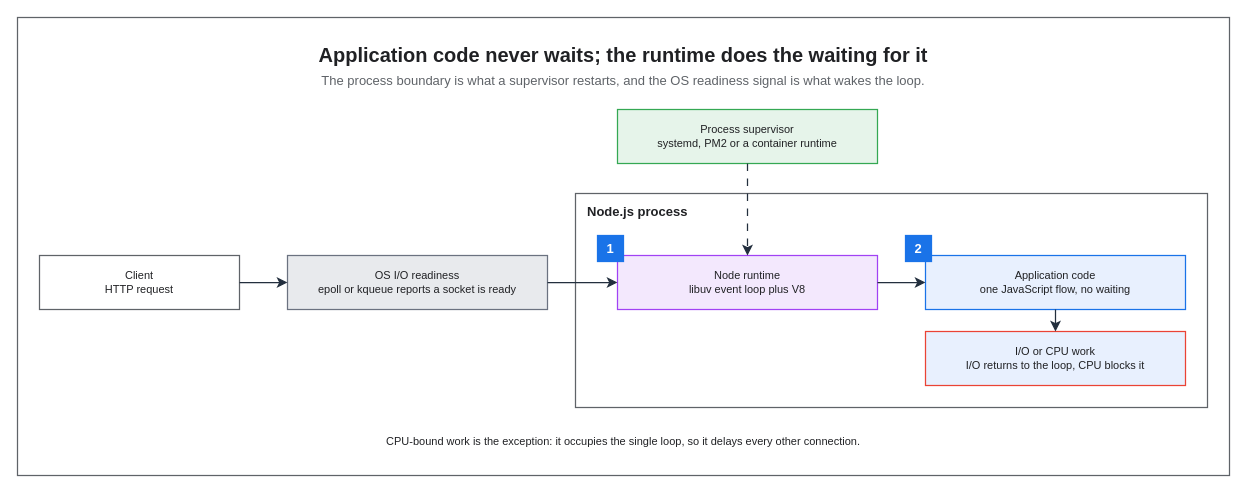
Before: assets/img/nodejs/nodejs-server-runtime-overview.drawio in KKamJi98/kkamji98.github.io, a draw.io diagram. Source tidied: cells renumbered, new cells numbered last; positions are measured from the earlier drawing's top-left corner, leaving out a move shared by most shapes. Both pictures are drawn from the tidied source at 100%, with x=0, y=0 at pixel (17, 17).
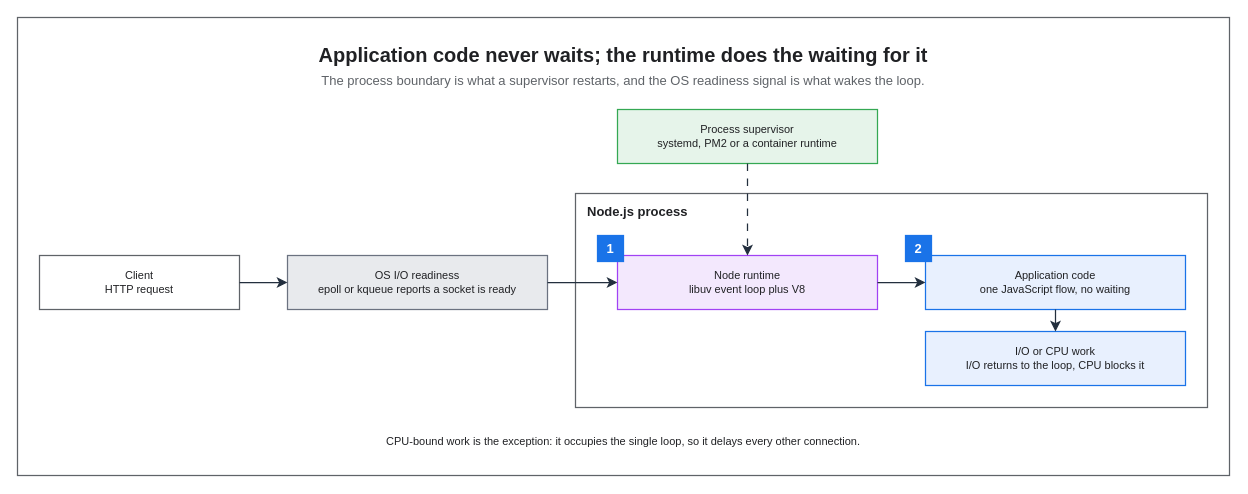
The same diagram, later.

Diff of the diagram source:
```diff
@@
 <mxGraphModel background="#FFFFFF">
   <root>
     <mxCell id="0" />
     <mxCell id="1" parent="0" />
     <mxCell id="2" style="rounded=0;html=0;fillColor=none;strokeColor=#5F6368;fontColor=#202124;strokeWidth=1.25;" parent="1" vertex="1">
       <mxGeometry width="1212" height="458" as="geometry" />
     </mxCell>
     <mxCell id="3" value="Application code never waits; the runtime does the waiting for it" style="text;html=0;whiteSpace=wrap;fillColor=none;strokeColor=none;fontColor=#202124;fontSize=20;fontStyle=1;align=center;verticalAlign=middle;" parent="1" vertex="1">
       <mxGeometry x="22" y="22" width="1168" height="30" as="geometry" />
     </mxCell>
     <mxCell id="4" value="The process boundary is what a supervisor restarts, and the OS readiness signal is what wakes the loop." style="text;html=0;whiteSpace=wrap;fillColor=none;strokeColor=none;fontColor=#5F6368;fontSize=13;fontStyle=0;align=center;verticalAlign=middle;" parent="1" vertex="1">
       <mxGeometry x="22" y="52" width="1168" height="22" as="geometry" />
     </mxCell>
     <mxCell id="5" value="Node.js process" style="rounded=0;whiteSpace=wrap;html=0;fillColor=none;strokeColor=#5F6368;fontColor=#202124;fontSize=13;fontStyle=1;align=left;verticalAlign=top;spacingLeft=10;spacingTop=4;strokeWidth=1.25;dashed=0;" parent="1" vertex="1">
       <mxGeometry x="558" y="176" width="632" height="214" as="geometry" />
     </mxCell>
     <mxCell id="6" value="Client&#10;HTTP request" style="rounded=0;whiteSpace=wrap;html=0;fillColor=#FFFFFF;strokeColor=#5F6368;fontColor=#202124;fontSize=11;fontStyle=0;align=center;verticalAlign=middle;spacingLeft=6;spacingRight=6;strokeWidth=1.25;" parent="1" vertex="1">
       <mxGeometry x="22" y="238" width="200" height="54" as="geometry" />
     </mxCell>
     <mxCell id="7" value="OS I/O readiness&#10;epoll or kqueue reports a socket is ready" style="rounded=0;whiteSpace=wrap;html=0;fillColor=#E8EAED;strokeColor=#6B7280;fontColor=#202124;fontSize=11;fontStyle=0;align=center;verticalAlign=middle;spacingLeft=6;spacingRight=6;strokeWidth=1.25;" parent="1" vertex="1">
       <mxGeometry x="270" y="238" width="260" height="54" as="geometry" />
     </mxCell>
     <mxCell id="8" value="Node runtime&#10;libuv event loop plus V8" style="rounded=0;whiteSpace=wrap;html=0;fillColor=#F3E8FD;strokeColor=#A142F4;fontColor=#202124;fontSize=11;fontStyle=0;align=center;verticalAlign=middle;spacingLeft=6;spacingRight=6;strokeWidth=1.25;" parent="1" vertex="1">
       <mxGeometry x="600" y="238" width="260" height="54" as="geometry" />
     </mxCell>
     <mxCell id="9" value="Application code&#10;one JavaScript flow, no waiting" style="rounded=0;whiteSpace=wrap;html=0;fillColor=#E8F0FE;strokeColor=#1A73E8;fontColor=#202124;fontSize=11;fontStyle=0;align=center;verticalAlign=middle;spacingLeft=6;spacingRight=6;strokeWidth=1.25;" parent="1" vertex="1">
       <mxGeometry x="908" y="238" width="260" height="54" as="geometry" />
     </mxCell>
-    <mxCell id="10" value="I/O or CPU work&#10;I/O returns to the loop, CPU blocks it" style="rounded=0;whiteSpace=wrap;html=0;fillColor=#E8F0FE;strokeColor=#EA4335;fontColor=#202124;fontSize=11;fontStyle=0;align=center;verticalAlign=middle;spacingLeft=6;spacingRight=6;strokeWidth=1.25;" parent="1" vertex="1">
+    <mxCell id="10" value="I/O or CPU work&#10;I/O returns to the loop, CPU blocks it" style="rounded=0;whiteSpace=wrap;html=0;fillColor=#E8F0FE;strokeColor=#1A73E8;fontColor=#202124;fontSize=11;fontStyle=0;align=center;verticalAlign=middle;spacingLeft=6;spacingRight=6;strokeWidth=1.25;" parent="1" vertex="1">
       <mxGeometry x="908" y="314" width="260" height="54" as="geometry" />
     </mxCell>
     <mxCell id="11" value="Process supervisor&#10;systemd, PM2 or a container runtime" style="rounded=0;whiteSpace=wrap;html=0;fillColor=#E6F4EA;strokeColor=#34A853;fontColor=#202124;fontSize=11;fontStyle=0;align=center;verticalAlign=middle;spacingLeft=6;spacingRight=6;strokeWidth=1.25;" parent="1" vertex="1">
       <mxGeometry x="600" y="92" width="260" height="54" as="geometry" />
     </mxCell>
     <mxCell id="12" value="CPU-bound work is the exception: it occupies the single loop, so it delays every other connection." style="text;html=0;whiteSpace=wrap;fillColor=none;strokeColor=none;fontColor=#202124;fontSize=11;fontStyle=0;align=center;verticalAlign=middle;" parent="1" vertex="1">
       <mxGeometry x="22" y="412" width="1168" height="24" as="geometry" />
     </mxCell>
     <mxCell id="13" value="1" style="rounded=0;whiteSpace=wrap;html=0;fillColor=#1A73E8;strokeColor=#1A73E8;fontColor=#FFFFFF;fontSize=13;fontStyle=1;align=center;verticalAlign=middle;strokeWidth=1.25;" parent="1" vertex="1">
       <mxGeometry x="580" y="218" width="26" height="26" as="geometry" />
     </mxCell>
     <mxCell id="14" value="2" style="rounded=0;whiteSpace=wrap;html=0;fillColor=#1A73E8;strokeColor=#1A73E8;fontColor=#FFFFFF;fontSize=13;fontStyle=1;align=center;verticalAlign=middle;strokeWidth=1.25;" parent="1" vertex="1">
       <mxGeometry x="888" y="218" width="26" height="26" as="geometry" />
     </mxCell>
     <mxCell id="15" style="edgeStyle=orthogonalEdgeStyle;rounded=0;html=0;strokeColor=#232F3E;strokeWidth=1.25;endArrow=classic;endFill=1;endSize=7;fontSize=11;fontColor=#202124;labelBackgroundColor=none;jettySize=14;exitX=1;exitY=0.5;entryX=0;entryY=0.5;exitDx=0;exitDy=0;entryDx=0;entryDy=0;" parent="1" edge="1" source="6" target="7">
       <mxGeometry relative="1" as="geometry" />
     </mxCell>
     <mxCell id="16" style="edgeStyle=orthogonalEdgeStyle;rounded=0;html=0;strokeColor=#232F3E;strokeWidth=1.25;endArrow=classic;endFill=1;endSize=7;fontSize=11;fontColor=#202124;labelBackgroundColor=none;jettySize=14;exitX=1;exitY=0.5;entryX=0;entryY=0.5;exitDx=0;exitDy=0;entryDx=0;entryDy=0;" parent="1" edge="1" source="7" target="8">
       <mxGeometry relative="1" as="geometry" />
     </mxCell>
     <mxCell id="17" style="edgeStyle=orthogonalEdgeStyle;rounded=0;html=0;strokeColor=#232F3E;strokeWidth=1.25;endArrow=classic;endFill=1;endSize=7;fontSize=11;fontColor=#202124;labelBackgroundColor=none;jettySize=14;exitX=1;exitY=0.5;entryX=0;entryY=0.5;exitDx=0;exitDy=0;entryDx=0;entryDy=0;" parent="1" edge="1" source="8" target="9">
       <mxGeometry relative="1" as="geometry" />
     </mxCell>
     <mxCell id="18" style="edgeStyle=orthogonalEdgeStyle;rounded=0;html=0;strokeColor=#232F3E;strokeWidth=1.25;endArrow=classic;endFill=1;endSize=7;fontSize=11;fontColor=#202124;labelBackgroundColor=none;jettySize=14;exitX=0.5;exitY=1;entryX=0.5;entryY=0;exitDx=0;exitDy=0;entryDx=0;entryDy=0;" parent="1" edge="1" source="9" target="10">
       <mxGeometry relative="1" as="geometry" />
     </mxCell>
     <mxCell id="19" style="edgeStyle=orthogonalEdgeStyle;rounded=0;html=0;strokeColor=#232F3E;strokeWidth=1.25;endArrow=classic;endFill=1;endSize=7;fontSize=11;fontColor=#202124;labelBackgroundColor=none;jettySize=14;dashed=1;dashPattern=6 6;exitX=0.5;exitY=1;entryX=0.5;entryY=0;exitDx=0;exitDy=0;entryDx=0;entryDy=0;" parent="1" edge="1" source="11" target="8">
       <mxGeometry relative="1" as="geometry" />
     </mxCell>
   </root>
 </mxGraphModel>
```
